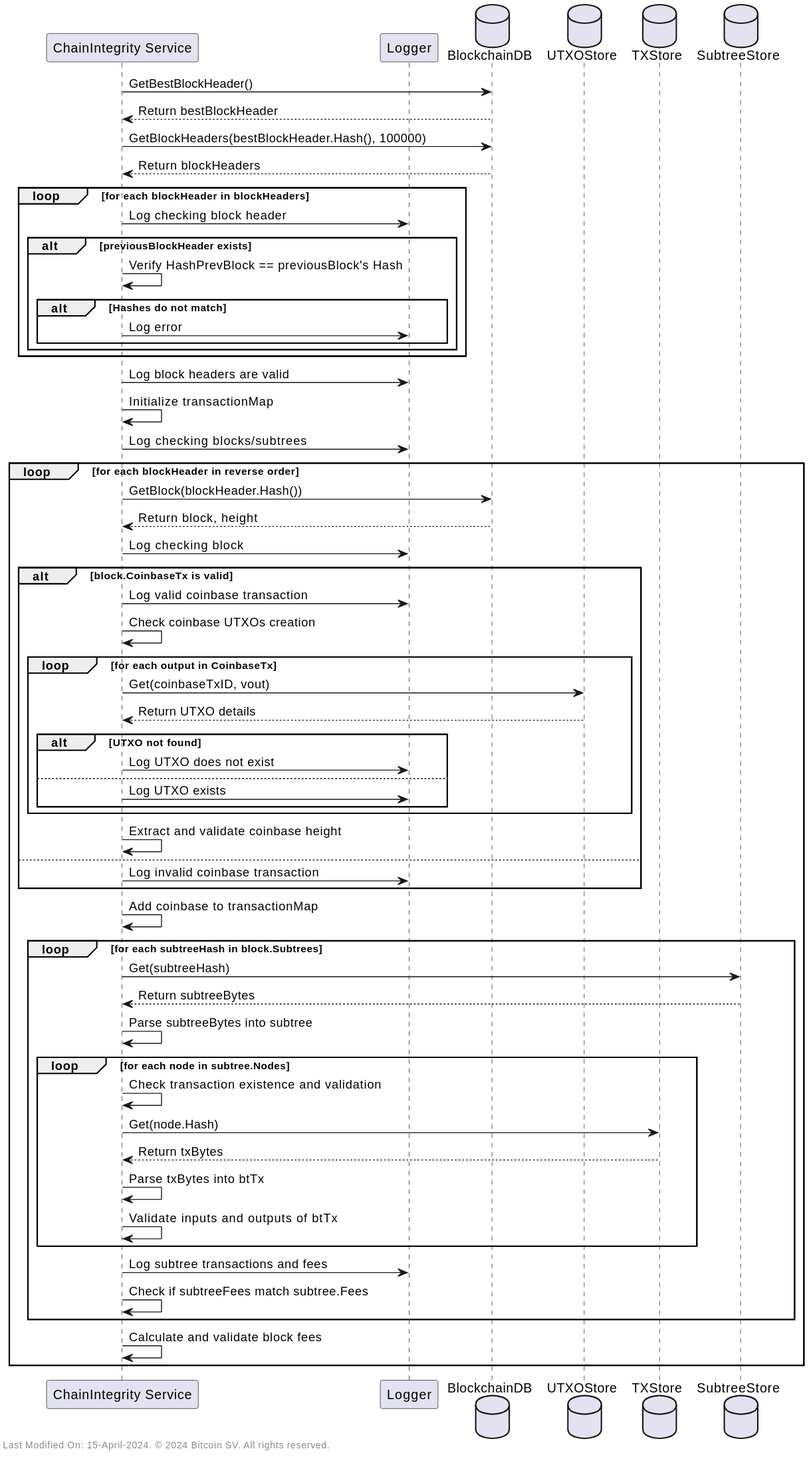
freemans13/teranode keeps this PlantUML diagram as docs/commands/img/plantuml/chain_integrity_tests.svg. Above is the earlier version. Its source is kept beside it as docs/commands/img/plantuml/chain_integrity_tests.puml. Its diagram source:
```plantuml
@startuml ChainIntegrity Test Logic

participant "ChainIntegrity Service" as CI
participant "Logger" as Log
database "BlockchainDB" as BDB
database "UTXOStore" as UTXO
database "TXStore" as TX
database "SubtreeStore" as Subtree

CI -> BDB: GetBestBlockHeader()
BDB --> CI: Return bestBlockHeader
CI -> BDB: GetBlockHeaders(bestBlockHeader.Hash(), 100000)
BDB --> CI: Return blockHeaders

loop for each blockHeader in blockHeaders
    CI -> Log: Log checking block header
    alt previousBlockHeader exists
        CI -> CI: Verify HashPrevBlock == previousBlock's Hash
        alt Hashes do not match
            CI -> Log: Log error
        end
    end
end

CI -> Log: Log block headers are valid

CI -> CI: Initialize transactionMap

CI -> Log: Log checking blocks/subtrees

loop for each blockHeader in reverse order
    CI -> BDB: GetBlock(blockHeader.Hash())
    BDB --> CI: Return block, height
    CI -> Log: Log checking block
    alt block.CoinbaseTx is valid
        CI -> Log: Log valid coinbase transaction
        CI -> CI: Check coinbase UTXOs creation
        loop for each output in CoinbaseTx
            CI -> UTXO: Get(coinbaseTxID, vout)
            UTXO --> CI: Return UTXO details
            alt UTXO not found
                CI -> Log: Log UTXO does not exist
            else
                CI -> Log: Log UTXO exists
            end
        end
        CI -> CI: Extract and validate coinbase height
    else
        CI -> Log: Log invalid coinbase transaction
    end

    CI -> CI: Add coinbase to transactionMap

    loop for each subtreeHash in block.Subtrees
        CI -> Subtree: Get(subtreeHash)
        Subtree --> CI: Return subtreeBytes
        CI -> CI: Parse subtreeBytes into subtree
        loop for each node in subtree.Nodes
            CI -> CI: Check transaction existence and validation
            CI -> TX: Get(node.Hash)
            TX --> CI: Return txBytes
            CI -> CI: Parse txBytes into btTx
            CI -> CI: Validate inputs and outputs of btTx
        end
        CI -> Log: Log subtree transactions and fees
        CI -> CI: Check if subtreeFees match subtree.Fees
    end
    CI -> CI: Calculate and validate block fees
end

left footer " Last Modified On: 15-April-2024. © 2024 Bitcoin SV. All rights reserved."

@enduml
```
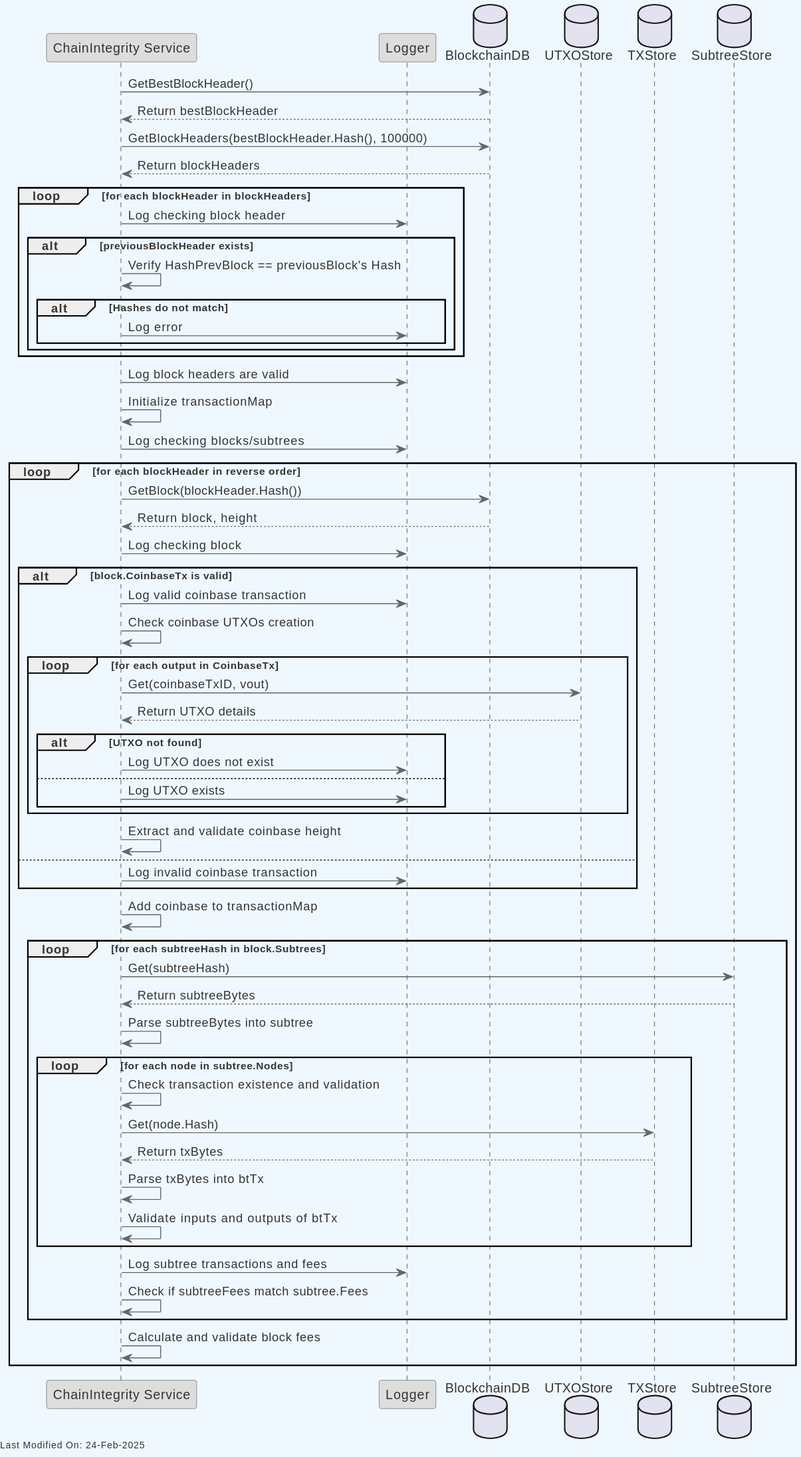
The same diagram one commit later.

Change to the diagram source:
```diff
@@ -1,4 +1,25 @@
 @startuml ChainIntegrity Test Logic
+skinparam backgroundColor #F0F8FF
+skinparam defaultFontColor #333333
+skinparam arrowColor #666666
+
+skinparam entity {
+  BorderColor #666666
+  BackgroundColor #DDDDDD
+}
+
+skinparam control {
+  BorderColor #666666
+  BackgroundColor #DDDDDD
+}
+
+skinparam participant {
+  BorderColor #666666
+  BackgroundColor #DDDDDD
+}
+
+
+
 
 participant "ChainIntegrity Service" as CI
 participant "Logger" as Log
@@ -68,6 +89,6 @@
     CI -> CI: Calculate and validate block fees
 end
 
-left footer " Last Modified On: 15-April-2024. © 2024 Bitcoin SV. All rights reserved."
+left footer Last Modified On: %date("dd-MMM-yyyy")
 
 @enduml
```
